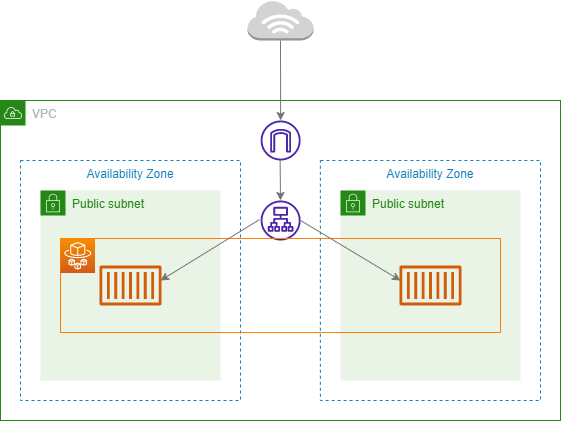
Above: fargate/image.png in houdoukyokucho/cloudFormationTemplates (draw.io), before the change. Source tidied: cells renumbered, new cells last; positions are measured from the earlier drawing's top-left corner, leaving out a move shared by most shapes.
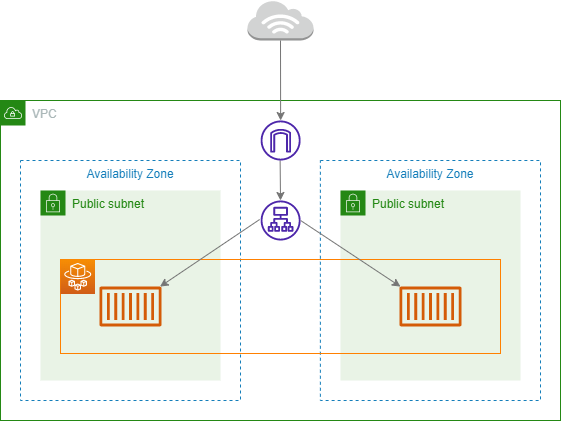
Above is the later version.

Commit message:
fargate のイメージ再修正

Change to the diagram source:
```diff
@@ -29,13 +29,13 @@
       <mxGeometry x="340" y="190" width="180" height="190" as="geometry" />
     </mxCell>
     <mxCell id="10" style="rounded=0;whiteSpace=wrap;html=1;fillColor=none;strokeColor=#FF8000;" parent="9" vertex="1">
-      <mxGeometry x="-280" y="48" width="440" height="94" as="geometry" />
+      <mxGeometry x="-280" y="69" width="440" height="94" as="geometry" />
     </mxCell>
     <mxCell id="11" style="sketch=0;outlineConnect=0;fontColor=#232F3E;gradientColor=none;fillColor=#D45B07;strokeColor=none;dashed=0;verticalLabelPosition=bottom;verticalAlign=top;align=center;html=1;fontSize=12;fontStyle=0;shape=mxgraph.aws4.container_1;" parent="9" vertex="1">
-      <mxGeometry x="59" y="75" width="61.9" height="40" as="geometry" />
+      <mxGeometry x="59" y="96" width="61.9" height="40" as="geometry" />
     </mxCell>
     <mxCell id="12" style="sketch=0;fontColor=#232F3E;gradientColor=#F78E04;gradientDirection=north;fillColor=#D05C17;strokeColor=#ffffff;dashed=0;verticalLabelPosition=bottom;verticalAlign=top;align=center;html=1;fontSize=12;fontStyle=0;shape=mxgraph.aws4.resourceIcon;resIcon=mxgraph.aws4.fargate;" parent="9" vertex="1">
-      <mxGeometry x="-280" y="48" width="34.5" height="34.5" as="geometry" />
+      <mxGeometry x="-280" y="69" width="34.5" height="34.5" as="geometry" />
     </mxCell>
     <mxCell id="13" style="endArrow=classic;html=1;exitX=0.5;exitY=1;exitDx=0;exitDy=0;exitPerimeter=0;strokeColor=#757575;" parent="1" edge="1">
       <mxGeometry relative="1" as="geometry">
@@ -43,23 +43,21 @@
         <mxPoint x="280" y="200" as="targetPoint" />
       </mxGeometry>
     </mxCell>
-    <mxCell id="14" style="endArrow=classic;html=1;exitX=0.5;exitY=1;exitDx=0;exitDy=0;exitPerimeter=0;strokeColor=#757575;entryX=1;entryY=0.5;entryDx=0;entryDy=0;entryPerimeter=0;" parent="1" edge="1">
+    <mxCell id="14" style="endArrow=classic;html=1;exitX=0.5;exitY=1;exitDx=0;exitDy=0;exitPerimeter=0;strokeColor=#757575;" parent="1" edge="1" target="17">
       <mxGeometry relative="1" as="geometry">
         <mxPoint x="259.1" y="219" as="sourcePoint" />
-        <mxPoint x="160" y="280" as="targetPoint" />
       </mxGeometry>
     </mxCell>
-    <mxCell id="15" style="endArrow=classic;html=1;exitX=0.5;exitY=1;exitDx=0;exitDy=0;exitPerimeter=0;strokeColor=#757575;" parent="1" edge="1">
+    <mxCell id="15" style="endArrow=classic;html=1;exitX=0.5;exitY=1;exitDx=0;exitDy=0;exitPerimeter=0;strokeColor=#757575;" parent="1" edge="1" target="11">
       <mxGeometry relative="1" as="geometry">
         <mxPoint x="300.1" y="220" as="sourcePoint" />
-        <mxPoint x="400" y="280" as="targetPoint" />
       </mxGeometry>
     </mxCell>
     <mxCell id="16" style="sketch=0;fontColor=#232F3E;gradientColor=none;fillColor=#4D27AA;strokeColor=none;dashed=0;verticalLabelPosition=bottom;verticalAlign=top;align=center;html=1;fontSize=12;fontStyle=0;shape=mxgraph.aws4.internet_gateway;" parent="1" vertex="1">
       <mxGeometry x="260.1" y="120" width="40" height="40" as="geometry" />
     </mxCell>
     <mxCell id="17" style="sketch=0;outlineConnect=0;fontColor=#232F3E;gradientColor=none;fillColor=#D45B07;strokeColor=none;dashed=0;verticalLabelPosition=bottom;verticalAlign=top;align=center;html=1;fontSize=12;fontStyle=0;shape=mxgraph.aws4.container_1;" parent="1" vertex="1">
-      <mxGeometry x="99" y="265" width="61.9" height="40" as="geometry" />
+      <mxGeometry x="99" y="286" width="61.9" height="40" as="geometry" />
     </mxCell>
   </root>
 </mxGraphModel>
```
